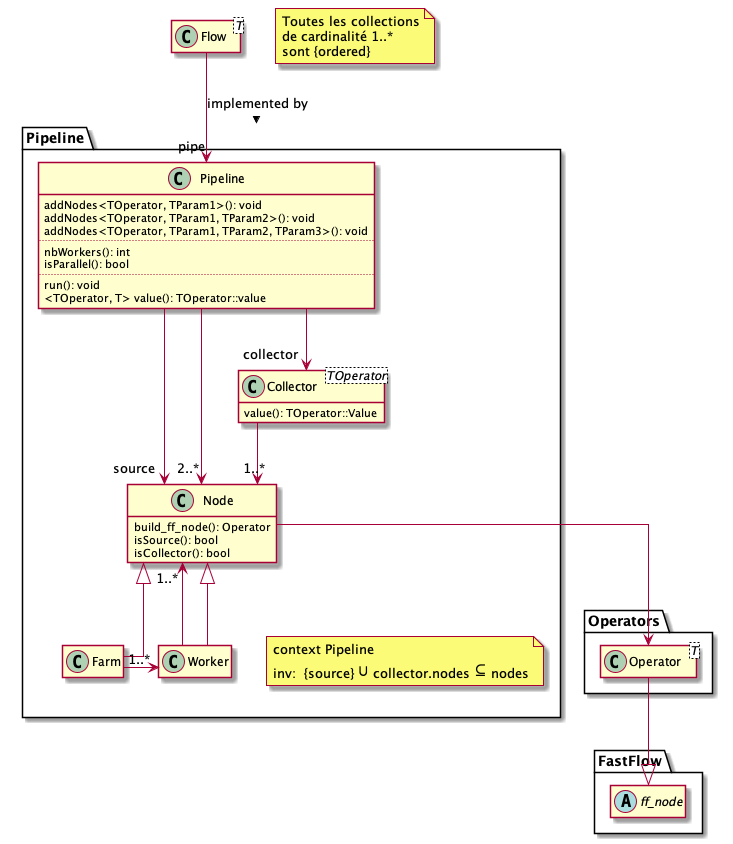
The PlantUML diagram MemoireRedaction/Figures/pipeline.png in iulianc/PpFf, before a commit.
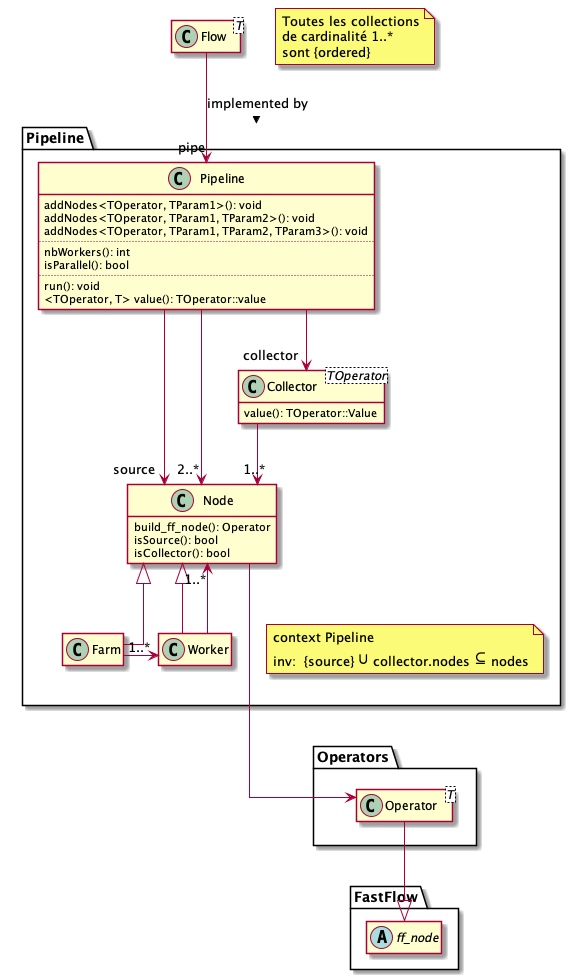
After the commit.

What changed in the source:
```diff
@@ -96,5 +96,5 @@
 
 Node --> Operator
 
-
+Farm -[hidden]-> Operators
 @enduml
```
